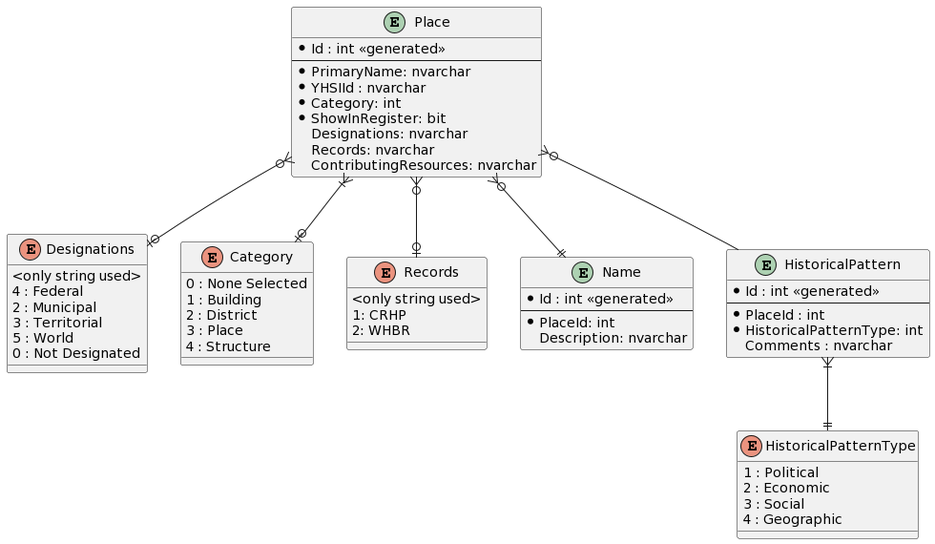
This is Design/change-tracking-and-approvals-data-modeling.png from ytgov/yhsi, a PlantUML export, as it was before one commit.
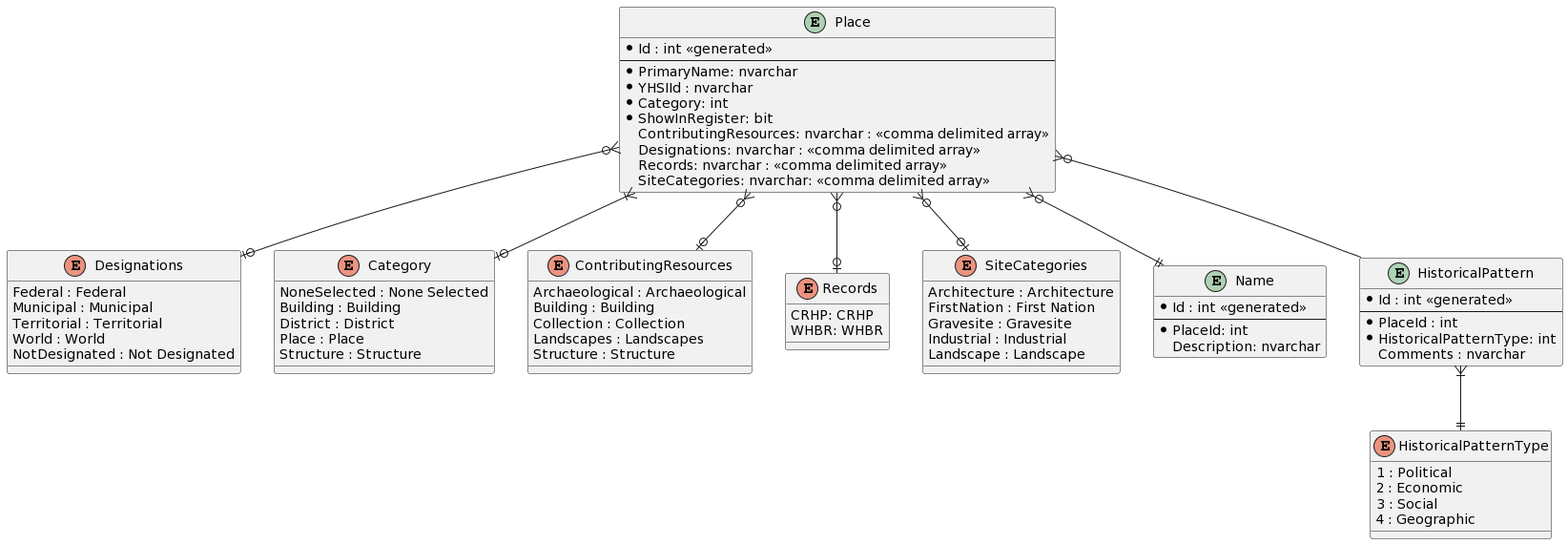
After the commit.

Commit message:
:hammer: Update data model ERD of summary form.

Change to the diagram source:
```diff
@@ -6,32 +6,47 @@
   * YHSIId : nvarchar
   * Category: int
   * ShowInRegister: bit
-  Designations: nvarchar
-  Records: nvarchar
-  ContributingResources: nvarchar
+  ContributingResources: nvarchar : <<comma delimited array>>
+  Designations: nvarchar : <<comma delimited array>>
+  Records: nvarchar : <<comma delimited array>>
+  SiteCategories: nvarchar: <<comma delimited array>>
 }
 
 enum "Designations" as designations {
-  <only string used>
-  4 : Federal
-  2 : Municipal
-  3 : Territorial
-  5 : World
-  0 : Not Designated
+  Federal : Federal
+  Municipal : Municipal
+  Territorial : Territorial
+  World : World
+  NotDesignated : Not Designated
 }
 
 enum "Category" as category {
-  0 : None Selected
-  1 : Building
-  2 : District
-  3 : Place
-  4 : Structure
+  NoneSelected : None Selected
+  Building : Building
+  District : District
+  Place : Place
+  Structure : Structure
+}
+
+enum "ContributingResources" as contributing_resources {
+  Archaeological : Archaeological
+  Building : Building
+  Collection : Collection
+  Landscapes : Landscapes
+  Structure : Structure
 }
 
 enum "Records" as records {
-  <only string used>
-  1: CRHP
-  2: WHBR
+  CRHP: CRHP
+  WHBR: WHBR
+}
+
+enum "SiteCategories" as site_categories {
+  Architecture : Architecture
+  FirstNation : First Nation
+  Gravesite : Gravesite
+  Industrial : Industrial
+  Landscape : Landscape
 }
 
 entity "Name" as name {
@@ -59,6 +74,8 @@
 place }o--o| designations
 place }|--o| category
 place }o--o| records
+place }o--o| contributing_resources
+place }o--o| site_categories
 place }o--|| name
 place }o--historical_pattern
 historical_pattern }|--|| historical_pattern_type
```
